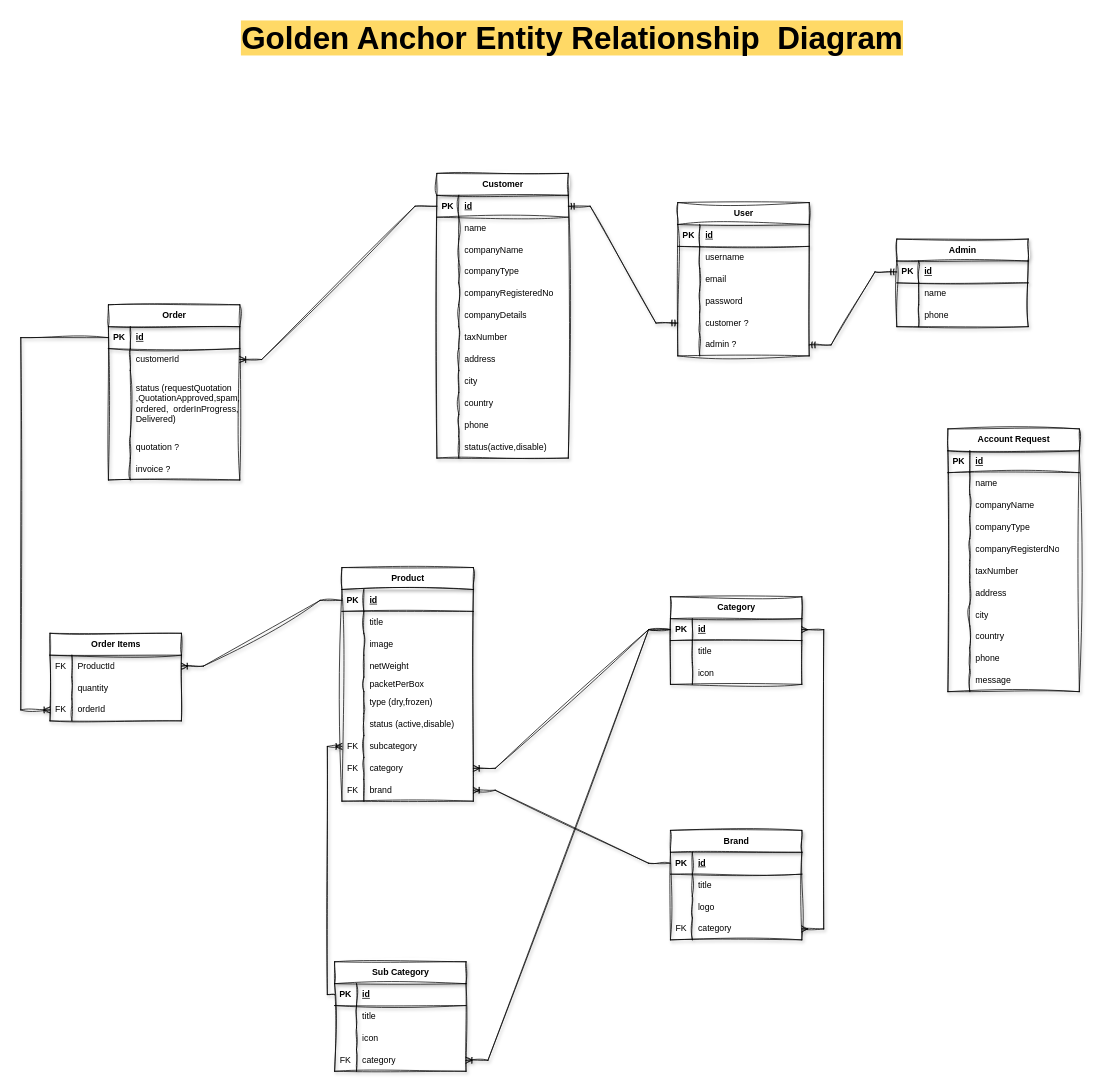
The draw.io diagram page "DB ERD" (3 of 3) of golden-anchor-flow.drawio in checkiamsiam/golden-anchor-visualizations, before the edit. Source tidied: cells renumbered, new cells numbered last; positions are measured from the earlier drawing's top-left corner, leaving out a move shared by most shapes. Both pictures are drawn from the tidied source at 73%, with x=0, y=0 at pixel (20, 12).
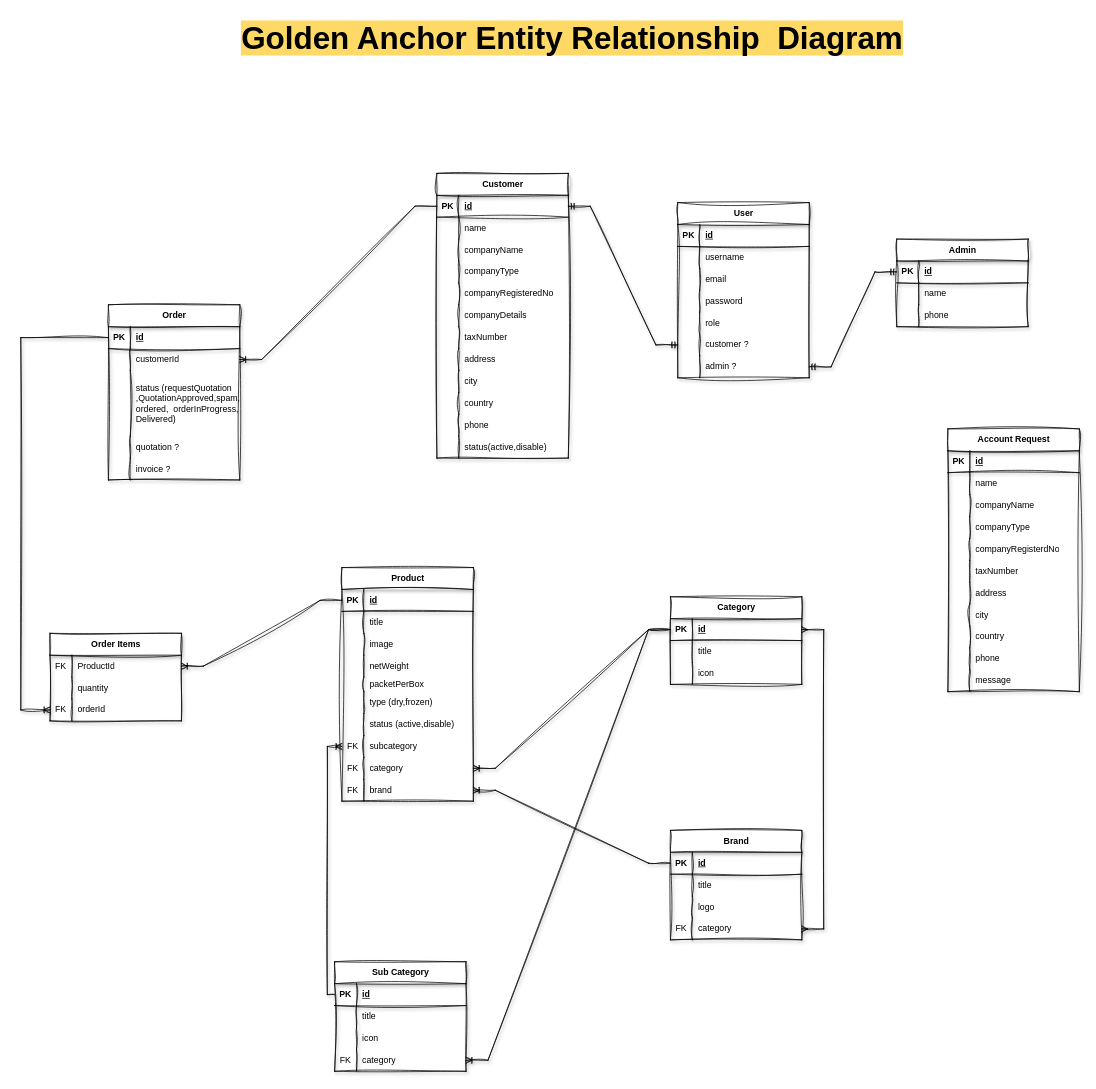
The same page after the edit.

What changed in the source:
```diff
@@
     <mxCell id="2" value="User" style="shape=table;startSize=30;childLayout=tableLayout;rowLines=0;fontStyle=1;align=center;html=1;shadow=1;sketch=1;curveFitting=1;jiggle=2;" parent="1" vertex="1">
-      <mxGeometry x="900" y="260" width="180" height="210" as="geometry" />
+      <mxGeometry x="900" y="260" width="180" height="240" as="geometry" />
     </mxCell>
@@
+    <mxCell id="206" style="shape=tableRow;horizontal=0;startSize=0;swimlaneHead=0;swimlaneBody=0;fillColor=none;top=0;left=0;right=0;bottom=0;shadow=1;sketch=1;curveFitting=1;jiggle=2;" parent="2" vertex="1">
+      <mxGeometry y="150" width="180" height="30" as="geometry" />
+    </mxCell>
+    <mxCell id="207" style="shape=partialRectangle;fillColor=none;top=0;left=0;bottom=0;right=0;overflow=hidden;whiteSpace=wrap;html=1;shadow=1;sketch=1;curveFitting=1;jiggle=2;" parent="206" vertex="1">
+      <mxGeometry width="30" height="30" as="geometry" />
+    </mxCell>
+    <mxCell id="208" value="role" style="shape=partialRectangle;fillColor=none;top=0;left=0;bottom=0;right=0;align=left;spacingLeft=6;overflow=hidden;whiteSpace=wrap;html=1;shadow=1;sketch=1;curveFitting=1;jiggle=2;" parent="206" vertex="1">
+      <mxGeometry x="30" width="150" height="30" as="geometry" />
+    </mxCell>
     <mxCell id="15" style="shape=tableRow;horizontal=0;startSize=0;swimlaneHead=0;swimlaneBody=0;fillColor=none;points=[[0,0.5],[1,0.5]];portConstraint=eastwest;top=0;left=0;right=0;bottom=0;shadow=1;sketch=1;curveFitting=1;jiggle=2;" parent="2" vertex="1">
-      <mxGeometry y="150" width="180" height="30" as="geometry" />
+      <mxGeometry y="180" width="180" height="30" as="geometry" />
     </mxCell>
@@
     <mxCell id="18" style="shape=tableRow;horizontal=0;startSize=0;swimlaneHead=0;swimlaneBody=0;fillColor=none;points=[[0,0.5],[1,0.5]];portConstraint=eastwest;top=0;left=0;right=0;bottom=0;shadow=1;sketch=1;curveFitting=1;jiggle=2;" parent="2" vertex="1">
-      <mxGeometry y="180" width="180" height="30" as="geometry" />
+      <mxGeometry y="210" width="180" height="30" as="geometry" />
     </mxCell>
```
